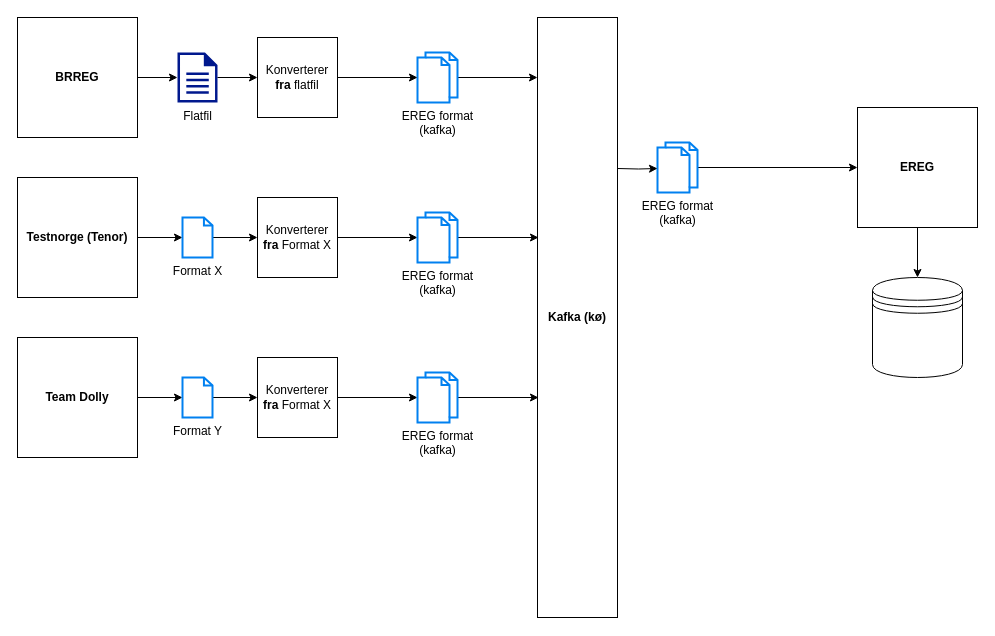
Earlier version of the draw.io diagram page "Forslag til endring" (2 of 3) of EREG, Dolly og Tenor forsalg.drawio (langvatn/docs). Source tidied: cells renumbered, new cells numbered last; positions are measured from the earlier drawing's top-left corner, leaving out a move shared by most shapes. Both pictures are drawn from the tidied source at 100%, with x=0, y=0 at pixel (17, 17).
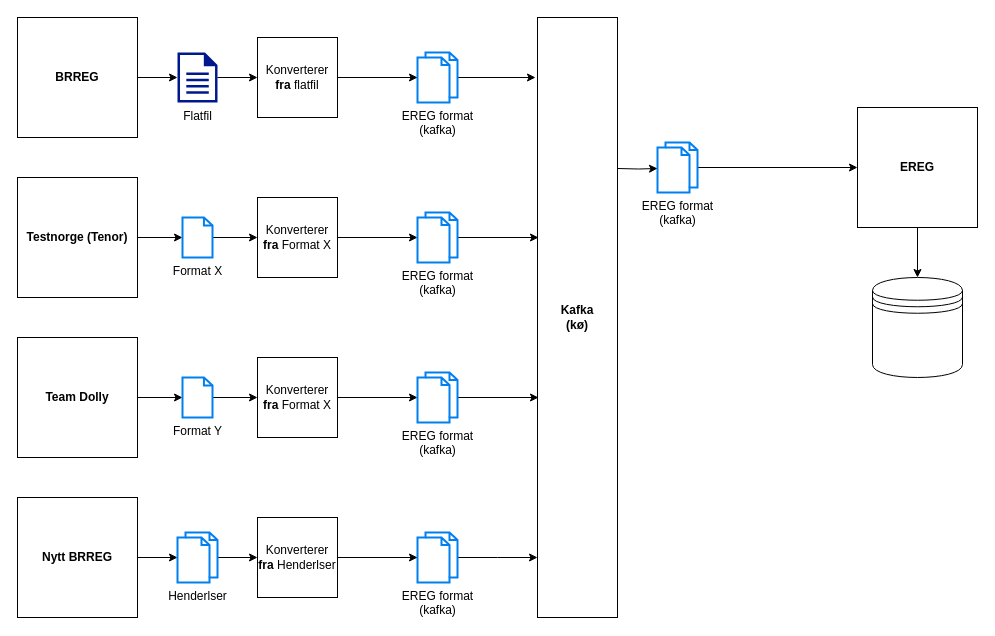
The same page after the edit.

Unchanged cells that the change refers to:
```xml
<mxCell id="12" value="EREG format &lt;br&gt;(kafka)" style="html=1;verticalLabelPosition=bottom;align=center;labelBackgroundColor=#ffffff;verticalAlign=top;strokeWidth=2;strokeColor=#0080F0;shadow=0;dashed=0;shape=mxgraph.ios7.icons.documents;" parent="1" vertex="1">
  <mxGeometry x="400" y="35" width="40" height="50" as="geometry" />
</mxCell>
```

The edit, as a diff of the source:
```diff
@@
-    <mxCell id="9" value="&lt;b&gt;Kafka (kø)&lt;/b&gt;" style="rounded=0;whiteSpace=wrap;html=1;" parent="1" vertex="1">
+    <mxCell id="9" value="&lt;b&gt;Kafka&lt;br&gt;(kø)&lt;/b&gt;" style="rounded=0;whiteSpace=wrap;html=1;" parent="1" vertex="1">
       <mxGeometry x="520" width="80" height="600" as="geometry" />
     </mxCell>
@@
-    <mxCell id="11" style="edgeStyle=orthogonalEdgeStyle;rounded=0;jettySize=auto;html=1;entryX=0;entryY=0.1;entryDx=0;entryDy=0;entryPerimeter=0;" parent="1" edge="1" source="12" target="9">
+    <mxCell id="11" style="edgeStyle=orthogonalEdgeStyle;rounded=0;jettySize=auto;html=1;entryX=-0.025;entryY=0.1;entryDx=0;entryDy=0;entryPerimeter=0;" parent="1" edge="1" source="12" target="9">
       <mxGeometry relative="1" as="geometry" />
     </mxCell>
@@
+    <mxCell id="33" style="edgeStyle=orthogonalEdgeStyle;rounded=0;jettySize=auto;html=1;" parent="1" edge="1" source="34" target="36">
+      <mxGeometry relative="1" as="geometry" />
+    </mxCell>
+    <mxCell id="34" value="&lt;b&gt;Nytt BRREG&lt;/b&gt;" style="whiteSpace=wrap;html=1;" parent="1" vertex="1">
+      <mxGeometry y="480" width="120" height="120" as="geometry" />
+    </mxCell>
+    <mxCell id="35" style="edgeStyle=orthogonalEdgeStyle;rounded=0;jettySize=auto;html=1;" parent="1" edge="1" source="36" target="40">
+      <mxGeometry relative="1" as="geometry" />
+    </mxCell>
+    <mxCell id="36" value="Henderlser" style="html=1;verticalLabelPosition=bottom;align=center;labelBackgroundColor=#ffffff;verticalAlign=top;strokeWidth=2;strokeColor=#0080F0;shadow=0;dashed=0;shape=mxgraph.ios7.icons.documents;" parent="1" vertex="1">
+      <mxGeometry x="160" y="515" width="40" height="50" as="geometry" />
+    </mxCell>
+    <mxCell id="37" style="edgeStyle=orthogonalEdgeStyle;rounded=0;jettySize=auto;html=1;" parent="1" edge="1" source="38">
+      <mxGeometry relative="1" as="geometry">
+        <mxPoint x="520" y="540" as="targetPoint" />
+      </mxGeometry>
+    </mxCell>
+    <mxCell id="38" value="EREG format &lt;br&gt;(kafka)" style="html=1;verticalLabelPosition=bottom;align=center;labelBackgroundColor=#ffffff;verticalAlign=top;strokeWidth=2;strokeColor=#0080F0;shadow=0;dashed=0;shape=mxgraph.ios7.icons.documents;" parent="1" vertex="1">
+      <mxGeometry x="400" y="515" width="40" height="50" as="geometry" />
+    </mxCell>
+    <mxCell id="39" style="edgeStyle=orthogonalEdgeStyle;rounded=0;jettySize=auto;html=1;" parent="1" edge="1" source="40" target="38">
+      <mxGeometry relative="1" as="geometry" />
+    </mxCell>
+    <mxCell id="40" value="Konverterer &lt;b&gt;fra&lt;/b&gt; Henderlser" style="whiteSpace=wrap;html=1;" parent="1" vertex="1">
+      <mxGeometry x="240" y="500" width="80" height="80" as="geometry" />
+    </mxCell>
```
